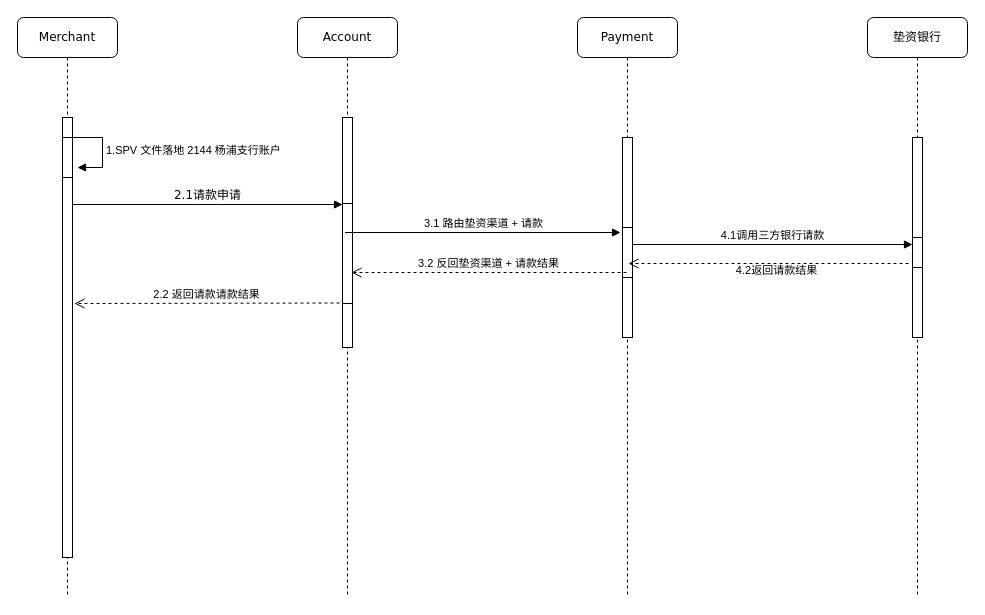
This is 北京银行垫资调整.drawio from cuiqian-006/drawio, a draw.io file, before an edit. Source tidied: cells renumbered, new cells numbered last; positions are measured from the earlier drawing's top-left corner, leaving out a move shared by most shapes. Both pictures are drawn from the tidied source at 100%, with x=0, y=0 at pixel (17, 17).
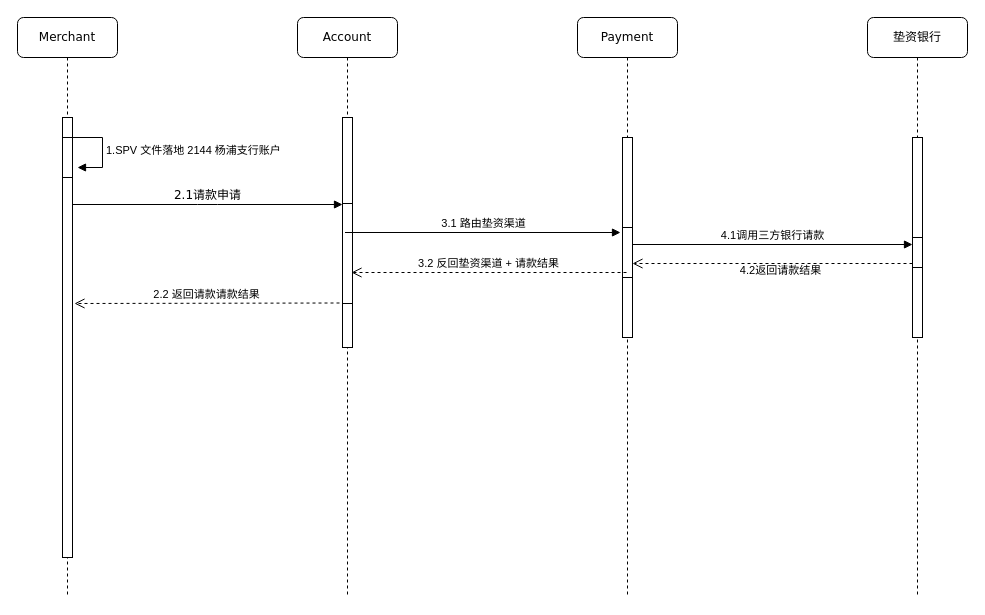
Above is the later version.

Commit message (it also covers changes not shown here):
更新北京银行垫资调整.drawio

The edit, as a diff of the source:
```diff
@@
-    <mxCell id="13" value="3.1 路由垫资渠道 + 请款" style="html=1;verticalAlign=bottom;endArrow=block;curved=0;rounded=0;entryX=0;entryY=0;entryDx=0;entryDy=5;" parent="1" edge="1">
+    <mxCell id="13" value="3.1 路由垫资渠道" style="html=1;verticalAlign=bottom;endArrow=block;curved=0;rounded=0;entryX=0;entryY=0;entryDx=0;entryDy=5;" parent="1" edge="1">
       <mxGeometry relative="1" as="geometry">
         <mxPoint x="327.5" y="215" as="sourcePoint" />
         <mxPoint x="603" y="215" as="targetPoint" />
       </mxGeometry>
     </mxCell>
@@
     <mxCell id="20" value="4.2返回请款结果" style="html=1;verticalAlign=bottom;endArrow=open;dashed=1;endSize=8;curved=0;rounded=0;exitX=0;exitY=1;exitDx=0;exitDy=-5;" parent="1" edge="1">
       <mxGeometry x="-0.06" y="16" relative="1" as="geometry">
-        <mxPoint x="891" y="246" as="sourcePoint" />
-        <mxPoint x="611" y="246" as="targetPoint" />
+        <mxPoint x="895" y="246" as="sourcePoint" />
+        <mxPoint x="615" y="246" as="targetPoint" />
       </mxGeometry>
     </mxCell>
```
